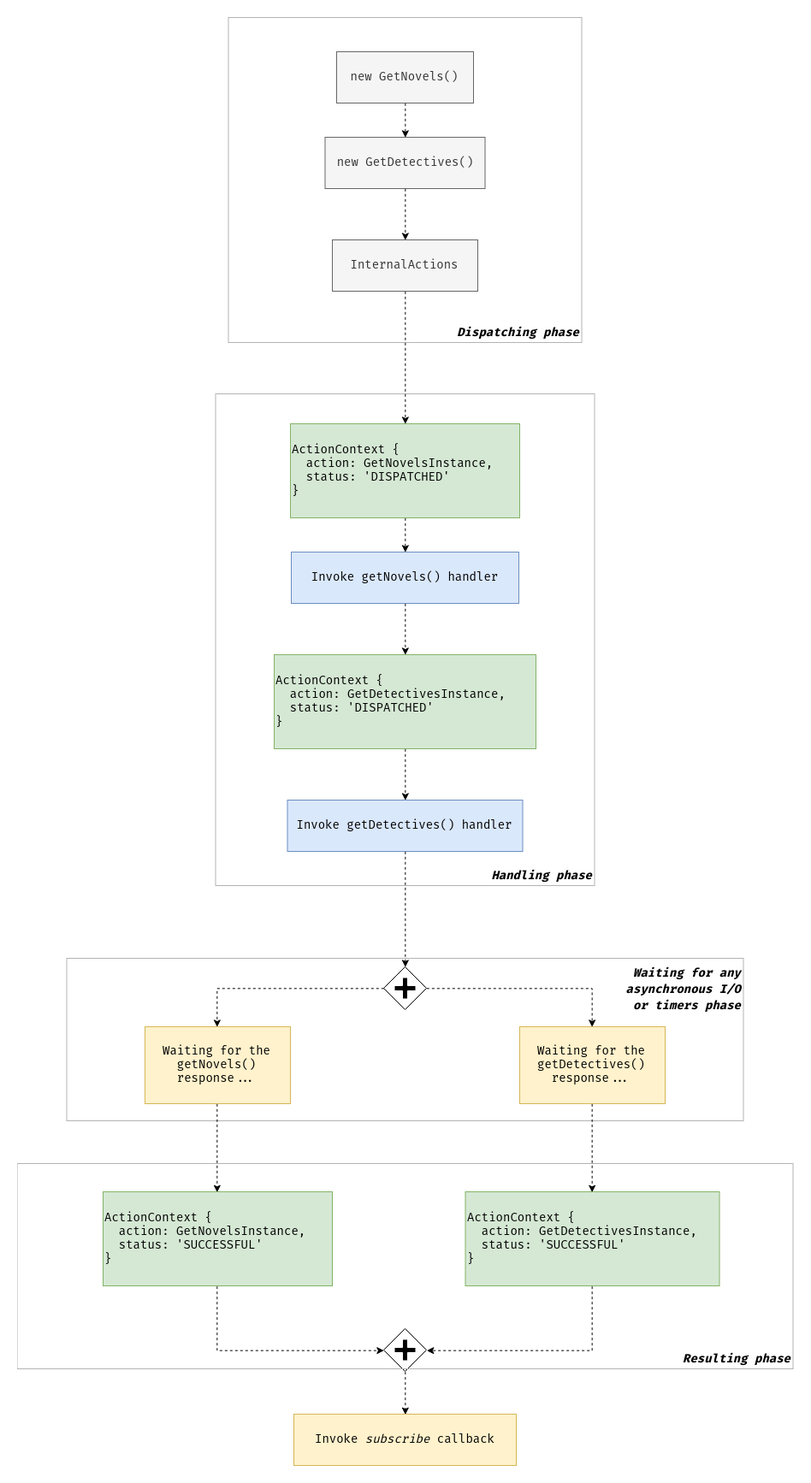
This is docs/assets/actions-life-cycle.png from ngxs/store, a draw.io export, as it was before one commit. Source tidied: cells renumbered, new cells last; positions are measured from the earlier drawing's top-left corner, leaving out a move shared by most shapes.
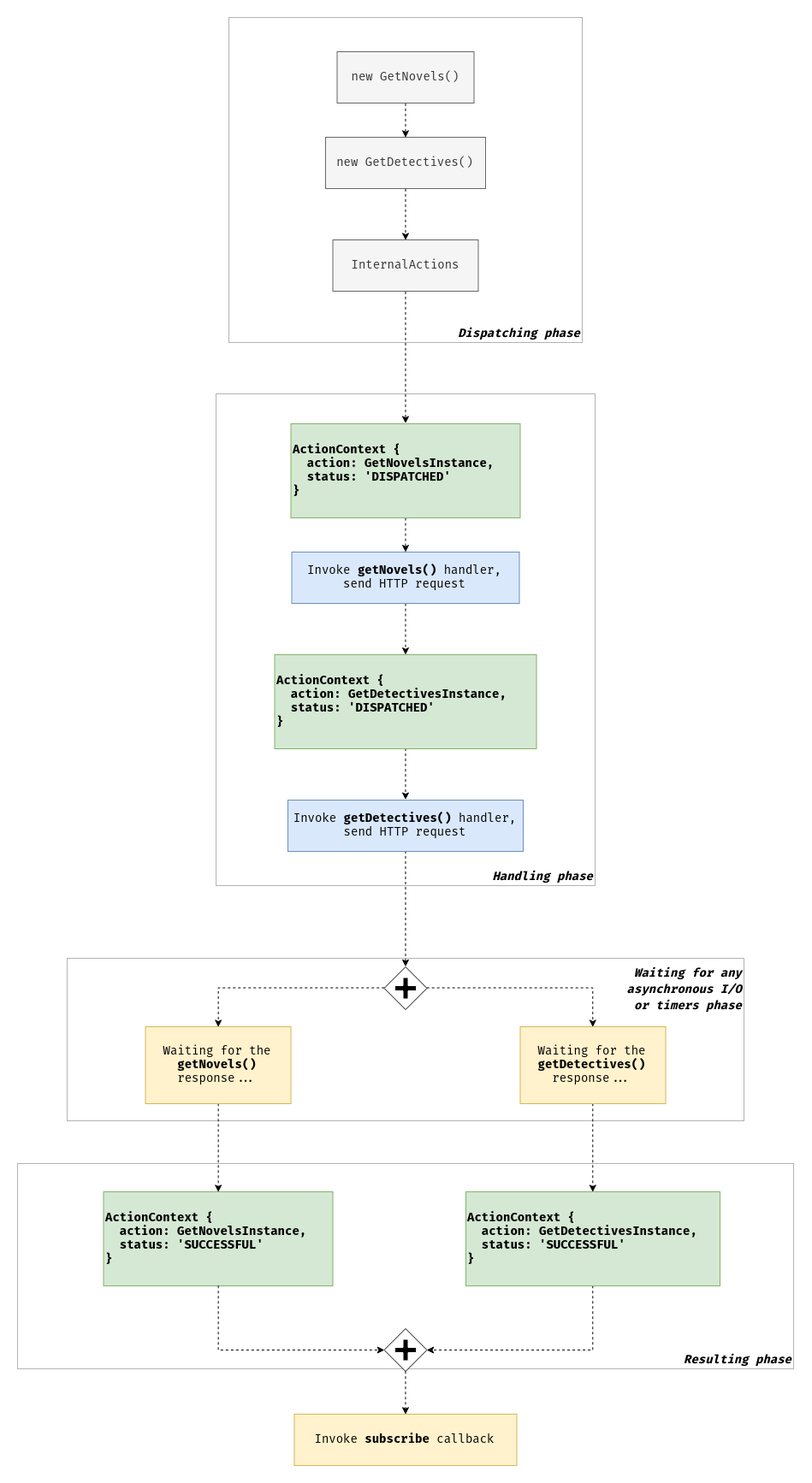
After the change.

Diff of the diagram source:
```diff
@@ -2,6 +2,9 @@
   <root>
     <mxCell id="0" />
     <mxCell id="1" parent="0" />
+    <mxCell id="33" value="&lt;font face=&quot;Fira Code&quot;&gt;&lt;span style=&quot;font-size: 14px&quot;&gt;&lt;b&gt;&lt;i&gt;Resulting phase&lt;/i&gt;&lt;/b&gt;&lt;/span&gt;&lt;/font&gt;" style="rounded=0;whiteSpace=wrap;html=1;fillColor=none;verticalAlign=bottom;align=right;horizontal=1;strokeColor=#B3B3B3;" parent="1" vertex="1">
+      <mxGeometry x="0.5" y="1340" width="907" height="240" as="geometry" />
+    </mxCell>
     <mxCell id="2" value="&lt;font face=&quot;Fira Code&quot;&gt;&lt;span style=&quot;font-size: 16px&quot;&gt;&lt;b style=&quot;font-size: 14px&quot;&gt;&lt;i&gt;Waiting for any&lt;br&gt;asynchronous I/O&lt;br&gt;or timers phase&lt;/i&gt;&lt;/b&gt;&lt;/span&gt;&lt;/font&gt;" style="rounded=0;whiteSpace=wrap;html=1;fillColor=none;verticalAlign=top;align=right;horizontal=1;strokeColor=#B3B3B3;" parent="1" vertex="1">
       <mxGeometry x="58.5" y="1100" width="791" height="190" as="geometry" />
     </mxCell>
@@ -29,82 +32,79 @@
     <mxCell id="10" value="&lt;font face=&quot;Fira Code&quot; style=&quot;font-size: 14px&quot;&gt;InternalActions&lt;/font&gt;" style="rounded=0;whiteSpace=wrap;html=1;fillColor=#f5f5f5;strokeColor=#666666;fontColor=#333333;" parent="1" vertex="1">
       <mxGeometry x="369" y="260" width="170" height="60" as="geometry" />
     </mxCell>
-    <mxCell id="11" style="edgeStyle=orthogonalEdgeStyle;rounded=0;jettySize=auto;html=1;exitX=0.5;exitY=1;exitDx=0;exitDy=0;entryX=0.5;entryY=0;entryDx=0;entryDy=0;dashed=1;" parent="1" edge="1" source="12" target="16">
-      <mxGeometry relative="1" as="geometry" />
-    </mxCell>
+    <mxCell id="34" style="edgeStyle=orthogonalEdgeStyle;rounded=0;jettySize=auto;html=1;exitX=0.5;exitY=1;exitDx=0;exitDy=0;entryX=0.5;entryY=0;entryDx=0;entryDy=0;dashed=1;" parent="1" edge="1" source="12" target="37">
+      <mxGeometry relative="1" as="geometry" />
+    </mxCell>
-    <mxCell id="12" value="&lt;font style=&quot;font-size: 14px&quot; face=&quot;Fira Code&quot;&gt;ActionContext {&lt;br&gt;&amp;nbsp; action: GetNovelsInstance,&lt;br&gt;&amp;nbsp; status: 'DISPATCHED'&lt;br&gt;}&lt;/font&gt;" style="rounded=0;whiteSpace=wrap;html=1;align=left;fillColor=#d5e8d4;strokeColor=#82b366;verticalAlign=middle;" parent="1" vertex="1">
+    <mxCell id="12" value="&lt;font style=&quot;font-size: 14px&quot; face=&quot;Fira Code&quot;&gt;&lt;b&gt;ActionContext {&lt;br&gt;&amp;nbsp; action: GetNovelsInstance,&lt;br&gt;&amp;nbsp; status: 'DISPATCHED'&lt;br&gt;}&lt;/b&gt;&lt;/font&gt;" style="rounded=0;whiteSpace=wrap;html=1;align=left;fillColor=#d5e8d4;strokeColor=#82b366;verticalAlign=middle;" parent="1" vertex="1">
       <mxGeometry x="320" y="475" width="268" height="110" as="geometry" />
     </mxCell>
-    <mxCell id="13" style="edgeStyle=orthogonalEdgeStyle;rounded=0;jettySize=auto;html=1;exitX=0.5;exitY=1;exitDx=0;exitDy=0;entryX=0.5;entryY=0;entryDx=0;entryDy=0;dashed=1;" parent="1" edge="1" source="14" target="21">
-      <mxGeometry relative="1" as="geometry" />
-    </mxCell>
+    <mxCell id="35" style="edgeStyle=orthogonalEdgeStyle;rounded=0;jettySize=auto;html=1;exitX=0.5;exitY=1;exitDx=0;exitDy=0;entryX=0.5;entryY=0;entryDx=0;entryDy=0;dashed=1;" parent="1" edge="1" source="14" target="42">
+      <mxGeometry relative="1" as="geometry" />
+    </mxCell>
-    <mxCell id="14" value="&lt;font style=&quot;font-size: 14px&quot; face=&quot;Fira Code&quot;&gt;ActionContext {&lt;br&gt;&amp;nbsp; action: GetDetectivesInstance,&lt;br&gt;&amp;nbsp; status: 'DISPATCHED'&lt;br&gt;}&lt;/font&gt;" style="rounded=0;whiteSpace=wrap;html=1;align=left;fillColor=#d5e8d4;strokeColor=#82b366;verticalAlign=middle;" parent="1" vertex="1">
+    <mxCell id="14" value="&lt;font style=&quot;font-size: 14px&quot; face=&quot;Fira Code&quot;&gt;&lt;b&gt;ActionContext {&lt;br&gt;&amp;nbsp; action: GetDetectivesInstance,&lt;br&gt;&amp;nbsp; status: 'DISPATCHED'&lt;br&gt;}&lt;/b&gt;&lt;/font&gt;" style="rounded=0;whiteSpace=wrap;html=1;align=left;fillColor=#d5e8d4;strokeColor=#82b366;verticalAlign=middle;" parent="1" vertex="1">
       <mxGeometry x="301" y="745" width="306" height="110" as="geometry" />
     </mxCell>
-    <mxCell id="15" style="edgeStyle=orthogonalEdgeStyle;rounded=0;jettySize=auto;html=1;exitX=0.5;exitY=1;exitDx=0;exitDy=0;entryX=0.5;entryY=0;entryDx=0;entryDy=0;dashed=1;" parent="1" edge="1" source="16" target="14">
-      <mxGeometry relative="1" as="geometry" />
-    </mxCell>
-    <mxCell id="16" value="&lt;font style=&quot;font-size: 14px&quot; face=&quot;Fira Code&quot;&gt;Invoke getNovels() handler&lt;/font&gt;" style="rounded=0;whiteSpace=wrap;html=1;fillColor=#dae8fc;strokeColor=#6c8ebf;" parent="1" vertex="1">
-      <mxGeometry x="321" y="625" width="266" height="60" as="geometry" />
-    </mxCell>
-    <mxCell id="17" style="edgeStyle=orthogonalEdgeStyle;rounded=0;jettySize=auto;html=1;exitX=0;exitY=0.5;exitDx=0;exitDy=0;entryX=0.5;entryY=0;entryDx=0;entryDy=0;dashed=1;" parent="1" edge="1" source="19" target="23">
-      <mxGeometry relative="1" as="geometry">
-        <Array as="points">
-          <mxPoint x="235" y="1135" />
-        </Array>
-      </mxGeometry>
-    </mxCell>
-    <mxCell id="18" style="edgeStyle=orthogonalEdgeStyle;rounded=0;jettySize=auto;html=1;exitX=1;exitY=0.5;exitDx=0;exitDy=0;entryX=0.5;entryY=0;entryDx=0;entryDy=0;dashed=1;" parent="1" edge="1" source="19" target="25">
-      <mxGeometry relative="1" as="geometry">
-        <Array as="points">
-          <mxPoint x="673" y="1135" />
-        </Array>
-      </mxGeometry>
-    </mxCell>
-    <mxCell id="19" style="shape=mxgraph.bpmn.shape;html=1;verticalLabelPosition=bottom;labelBackgroundColor=#ffffff;verticalAlign=top;align=center;perimeter=rhombusPerimeter;background=gateway;outlineConnect=0;outline=none;symbol=parallelGw;" parent="1" vertex="1">
-      <mxGeometry x="429" y="1110" width="50" height="50" as="geometry" />
-    </mxCell>
-    <mxCell id="20" style="edgeStyle=orthogonalEdgeStyle;rounded=0;jettySize=auto;html=1;exitX=0.5;exitY=1;exitDx=0;exitDy=0;entryX=0.5;entryY=0;entryDx=0;entryDy=0;dashed=1;" parent="1" edge="1" source="21" target="19">
-      <mxGeometry relative="1" as="geometry" />
-    </mxCell>
-    <mxCell id="21" value="&lt;font style=&quot;font-size: 14px&quot; face=&quot;Fira Code&quot;&gt;Invoke getDetectives() handler&lt;/font&gt;" style="rounded=0;whiteSpace=wrap;html=1;fillColor=#dae8fc;strokeColor=#6c8ebf;" parent="1" vertex="1">
-      <mxGeometry x="316.5" y="915" width="275" height="60" as="geometry" />
-    </mxCell>
+    <mxCell id="36" style="edgeStyle=orthogonalEdgeStyle;rounded=0;jettySize=auto;html=1;exitX=0.5;exitY=1;exitDx=0;exitDy=0;entryX=0.5;entryY=0;entryDx=0;entryDy=0;dashed=1;" parent="1" edge="1" source="37" target="14">
+      <mxGeometry relative="1" as="geometry" />
+    </mxCell>
+    <mxCell id="37" value="&lt;font style=&quot;font-size: 14px&quot; face=&quot;Fira Code&quot;&gt;Invoke &lt;b&gt;getNovels()&lt;/b&gt; handler, send HTTP request&lt;/font&gt;" style="rounded=0;whiteSpace=wrap;html=1;fillColor=#dae8fc;strokeColor=#6c8ebf;" parent="1" vertex="1">
+      <mxGeometry x="321" y="625" width="266" height="60" as="geometry" />
+    </mxCell>
+    <mxCell id="38" style="edgeStyle=orthogonalEdgeStyle;rounded=0;jettySize=auto;html=1;exitX=0;exitY=0.5;exitDx=0;exitDy=0;entryX=0.5;entryY=0;entryDx=0;entryDy=0;dashed=1;" parent="1" edge="1" source="40" target="23">
+      <mxGeometry relative="1" as="geometry">
+        <Array as="points">
+          <mxPoint x="235" y="1135" />
+        </Array>
+      </mxGeometry>
+    </mxCell>
+    <mxCell id="39" style="edgeStyle=orthogonalEdgeStyle;rounded=0;jettySize=auto;html=1;exitX=1;exitY=0.5;exitDx=0;exitDy=0;entryX=0.5;entryY=0;entryDx=0;entryDy=0;dashed=1;" parent="1" edge="1" source="40" target="25">
+      <mxGeometry relative="1" as="geometry">
+        <Array as="points">
+          <mxPoint x="673" y="1135" />
+        </Array>
+      </mxGeometry>
+    </mxCell>
+    <mxCell id="40" style="shape=mxgraph.bpmn.shape;html=1;verticalLabelPosition=bottom;labelBackgroundColor=#ffffff;verticalAlign=top;align=center;perimeter=rhombusPerimeter;background=gateway;outlineConnect=0;outline=none;symbol=parallelGw;" parent="1" vertex="1">
+      <mxGeometry x="429" y="1110" width="50" height="50" as="geometry" />
+    </mxCell>
+    <mxCell id="41" style="edgeStyle=orthogonalEdgeStyle;rounded=0;jettySize=auto;html=1;exitX=0.5;exitY=1;exitDx=0;exitDy=0;entryX=0.5;entryY=0;entryDx=0;entryDy=0;dashed=1;" parent="1" edge="1" source="42" target="40">
+      <mxGeometry relative="1" as="geometry" />
+    </mxCell>
+    <mxCell id="42" value="&lt;font style=&quot;font-size: 14px&quot; face=&quot;Fira Code&quot;&gt;Invoke &lt;b&gt;getDetectives()&lt;/b&gt; handler, send HTTP request&lt;/font&gt;" style="rounded=0;whiteSpace=wrap;html=1;fillColor=#dae8fc;strokeColor=#6c8ebf;" parent="1" vertex="1">
+      <mxGeometry x="316.5" y="915" width="275" height="60" as="geometry" />
+    </mxCell>
     <mxCell id="22" style="edgeStyle=orthogonalEdgeStyle;rounded=0;jettySize=auto;html=1;exitX=0.5;exitY=1;exitDx=0;exitDy=0;entryX=0.5;entryY=0;entryDx=0;entryDy=0;dashed=1;" parent="1" edge="1" source="23" target="27">
       <mxGeometry relative="1" as="geometry" />
     </mxCell>
-    <mxCell id="23" value="&lt;font style=&quot;font-size: 14px&quot; face=&quot;Fira Code&quot;&gt;Waiting for the getNovels() response...&lt;/font&gt;" style="rounded=0;whiteSpace=wrap;html=1;fillColor=#fff2cc;strokeColor=#d6b656;" parent="1" vertex="1">
+    <mxCell id="23" value="&lt;font style=&quot;font-size: 14px&quot; face=&quot;Fira Code&quot;&gt;Waiting for the &lt;b&gt;getNovels()&lt;/b&gt; response...&lt;/font&gt;" style="rounded=0;whiteSpace=wrap;html=1;fillColor=#fff2cc;strokeColor=#d6b656;" parent="1" vertex="1">
       <mxGeometry x="150" y="1180" width="170" height="90" as="geometry" />
     </mxCell>
     <mxCell id="24" style="edgeStyle=orthogonalEdgeStyle;rounded=0;jettySize=auto;html=1;exitX=0.5;exitY=1;exitDx=0;exitDy=0;entryX=0.5;entryY=0;entryDx=0;entryDy=0;dashed=1;" parent="1" edge="1" source="25" target="29">
       <mxGeometry relative="1" as="geometry" />
     </mxCell>
-    <mxCell id="25" value="&lt;font style=&quot;font-size: 14px&quot; face=&quot;Fira Code&quot;&gt;Waiting for the getDetectives() response...&lt;/font&gt;" style="rounded=0;whiteSpace=wrap;html=1;fillColor=#fff2cc;strokeColor=#d6b656;" parent="1" vertex="1">
+    <mxCell id="25" value="&lt;font style=&quot;font-size: 14px&quot; face=&quot;Fira Code&quot;&gt;Waiting for the &lt;b&gt;getDetectives()&lt;/b&gt; response...&lt;/font&gt;" style="rounded=0;whiteSpace=wrap;html=1;fillColor=#fff2cc;strokeColor=#d6b656;" parent="1" vertex="1">
       <mxGeometry x="588" y="1180" width="170" height="90" as="geometry" />
     </mxCell>
-    <mxCell id="26" style="edgeStyle=orthogonalEdgeStyle;rounded=0;jettySize=auto;html=1;exitX=0.5;exitY=1;exitDx=0;exitDy=0;entryX=0.5;entryY=0;entryDx=0;entryDy=0;dashed=1;" parent="1" edge="1" source="31" target="30">
-      <mxGeometry relative="1" as="geometry" />
-    </mxCell>
+    <mxCell id="43" style="edgeStyle=orthogonalEdgeStyle;rounded=0;jettySize=auto;html=1;exitX=0.5;exitY=1;exitDx=0;exitDy=0;entryX=0.5;entryY=0;entryDx=0;entryDy=0;dashed=1;" parent="1" edge="1" source="45" target="30">
+      <mxGeometry relative="1" as="geometry" />
+    </mxCell>
-    <mxCell id="27" value="&lt;font style=&quot;font-size: 14px&quot; face=&quot;Fira Code&quot;&gt;ActionContext {&lt;br&gt;&amp;nbsp; action: GetNovelsInstance,&lt;br&gt;&amp;nbsp; status: 'SUCCESSFUL'&lt;br&gt;}&lt;/font&gt;" style="rounded=0;whiteSpace=wrap;html=1;align=left;fillColor=#d5e8d4;strokeColor=#82b366;verticalAlign=middle;" parent="1" vertex="1">
+    <mxCell id="27" value="&lt;font style=&quot;font-size: 14px&quot; face=&quot;Fira Code&quot;&gt;&lt;b&gt;ActionContext {&lt;br&gt;&amp;nbsp; action: GetNovelsInstance,&lt;br&gt;&amp;nbsp; status: 'SUCCESSFUL'&lt;br&gt;}&lt;/b&gt;&lt;/font&gt;" style="rounded=0;whiteSpace=wrap;html=1;align=left;fillColor=#d5e8d4;strokeColor=#82b366;verticalAlign=middle;" parent="1" vertex="1">
       <mxGeometry x="101" y="1373" width="268" height="110" as="geometry" />
     </mxCell>
-    <mxCell id="28" style="edgeStyle=orthogonalEdgeStyle;rounded=0;jettySize=auto;html=1;exitX=0.5;exitY=1;exitDx=0;exitDy=0;dashed=1;entryX=1;entryY=0.5;entryDx=0;entryDy=0;" parent="1" edge="1" source="29" target="31">
-      <mxGeometry relative="1" as="geometry" />
-    </mxCell>
+    <mxCell id="44" style="edgeStyle=orthogonalEdgeStyle;rounded=0;jettySize=auto;html=1;exitX=0.5;exitY=1;exitDx=0;exitDy=0;dashed=1;entryX=1;entryY=0.5;entryDx=0;entryDy=0;" parent="1" edge="1" source="29" target="45">
+      <mxGeometry relative="1" as="geometry" />
+    </mxCell>
-    <mxCell id="29" value="&lt;font style=&quot;font-size: 14px&quot; face=&quot;Fira Code&quot;&gt;ActionContext {&lt;br&gt;&amp;nbsp; action: GetDetectivesInstance,&lt;br&gt;&amp;nbsp; status: 'SUCCESSFUL'&lt;br&gt;}&lt;/font&gt;" style="rounded=0;whiteSpace=wrap;html=1;align=left;fillColor=#d5e8d4;strokeColor=#82b366;verticalAlign=middle;" parent="1" vertex="1">
+    <mxCell id="29" value="&lt;font style=&quot;font-size: 14px&quot; face=&quot;Fira Code&quot;&gt;&lt;b&gt;ActionContext {&lt;br&gt;&amp;nbsp; action: GetDetectivesInstance,&lt;br&gt;&amp;nbsp; status: 'SUCCESSFUL'&lt;br&gt;}&lt;/b&gt;&lt;/font&gt;" style="rounded=0;whiteSpace=wrap;html=1;align=left;fillColor=#d5e8d4;strokeColor=#82b366;verticalAlign=middle;" parent="1" vertex="1">
       <mxGeometry x="524.5" y="1373" width="297" height="110" as="geometry" />
     </mxCell>
-    <mxCell id="30" value="&lt;font style=&quot;font-size: 14px&quot; face=&quot;Fira Code&quot;&gt;Invoke &lt;i&gt;subscribe&lt;/i&gt; callback&lt;/font&gt;" style="rounded=0;whiteSpace=wrap;html=1;fillColor=#fff2cc;strokeColor=#d6b656;" parent="1" vertex="1">
+    <mxCell id="30" value="&lt;font style=&quot;font-size: 14px&quot; face=&quot;Fira Code&quot;&gt;Invoke &lt;b&gt;subscribe&lt;/b&gt; callback&lt;/font&gt;" style="rounded=0;whiteSpace=wrap;html=1;fillColor=#fff2cc;strokeColor=#d6b656;" parent="1" vertex="1">
       <mxGeometry x="324" y="1633" width="260" height="60" as="geometry" />
     </mxCell>
-    <mxCell id="31" style="shape=mxgraph.bpmn.shape;html=1;verticalLabelPosition=bottom;labelBackgroundColor=#ffffff;verticalAlign=top;align=center;perimeter=rhombusPerimeter;background=gateway;outlineConnect=0;outline=none;symbol=parallelGw;" parent="1" vertex="1">
-      <mxGeometry x="429" y="1533" width="50" height="50" as="geometry" />
-    </mxCell>
-    <mxCell id="32" style="edgeStyle=orthogonalEdgeStyle;rounded=0;jettySize=auto;html=1;exitX=0.5;exitY=1;exitDx=0;exitDy=0;entryX=0;entryY=0.5;entryDx=0;entryDy=0;dashed=1;" parent="1" edge="1" source="27" target="31">
-      <mxGeometry relative="1" as="geometry" />
-    </mxCell>
-    <mxCell id="33" value="&lt;font face=&quot;Fira Code&quot;&gt;&lt;span style=&quot;font-size: 14px&quot;&gt;&lt;b&gt;&lt;i&gt;Resulting phase&lt;/i&gt;&lt;/b&gt;&lt;/span&gt;&lt;/font&gt;" style="rounded=0;whiteSpace=wrap;html=1;fillColor=none;verticalAlign=bottom;align=right;horizontal=1;strokeColor=#B3B3B3;" parent="1" vertex="1">
-      <mxGeometry x="0.5" y="1340" width="907" height="240" as="geometry" />
-    </mxCell>
+    <mxCell id="45" style="shape=mxgraph.bpmn.shape;html=1;verticalLabelPosition=bottom;labelBackgroundColor=#ffffff;verticalAlign=top;align=center;perimeter=rhombusPerimeter;background=gateway;outlineConnect=0;outline=none;symbol=parallelGw;" parent="1" vertex="1">
+      <mxGeometry x="429" y="1533" width="50" height="50" as="geometry" />
+    </mxCell>
+    <mxCell id="46" style="edgeStyle=orthogonalEdgeStyle;rounded=0;jettySize=auto;html=1;exitX=0.5;exitY=1;exitDx=0;exitDy=0;entryX=0;entryY=0.5;entryDx=0;entryDy=0;dashed=1;" parent="1" edge="1" source="27" target="45">
+      <mxGeometry relative="1" as="geometry" />
+    </mxCell>
   </root>
 </mxGraphModel>
```
